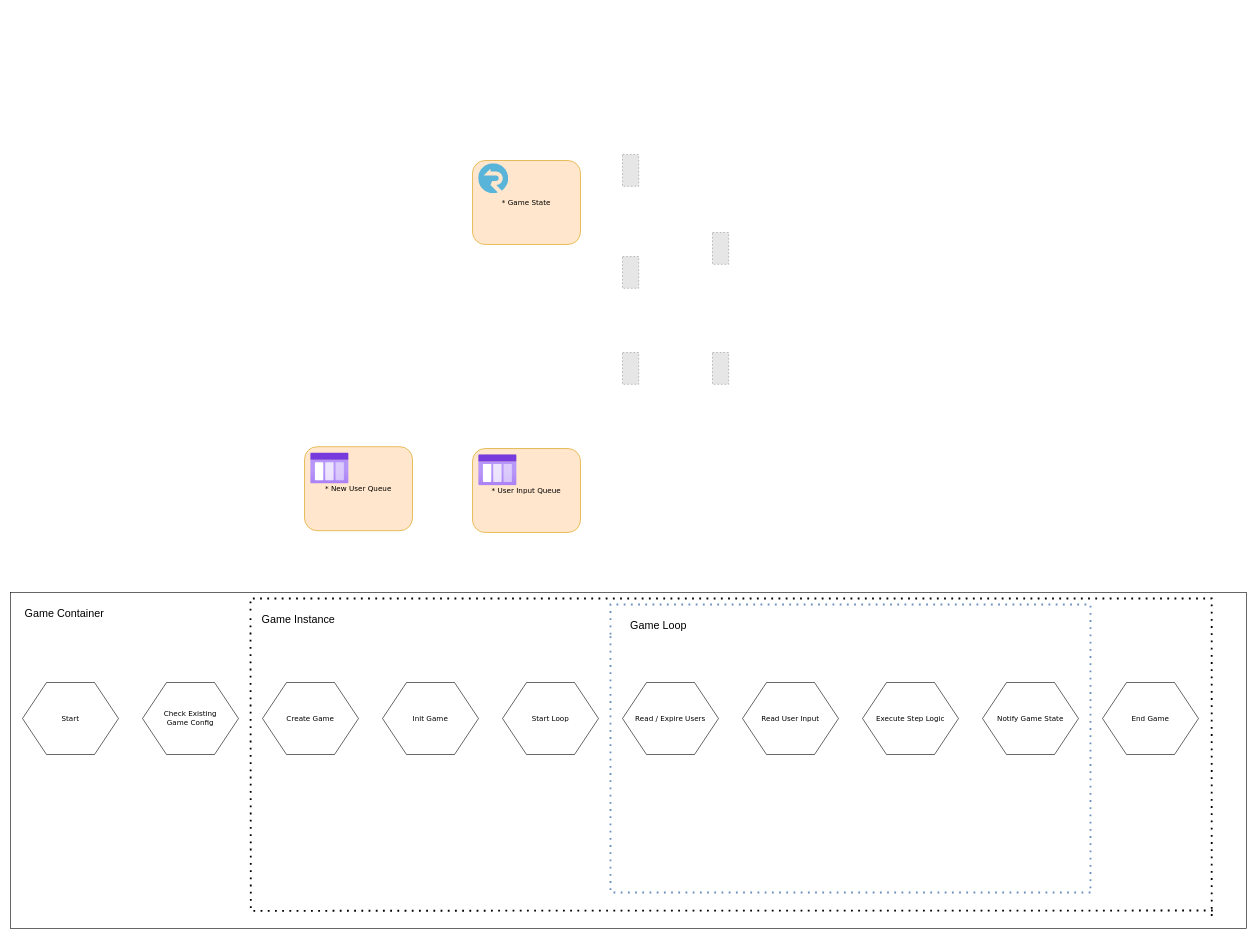
Before: Loops Runner Flow.drawio in urbanantics/loops-runner, a draw.io diagram. Source tidied: cells renumbered, new cells numbered last; positions are measured from the earlier drawing's top-left corner, leaving out a move shared by most shapes. Both pictures are drawn from the tidied source at 60%, with x=0, y=0 at pixel (10, 154). Pictures stored in the file or linked from it are replaced by grey dashed boxes.
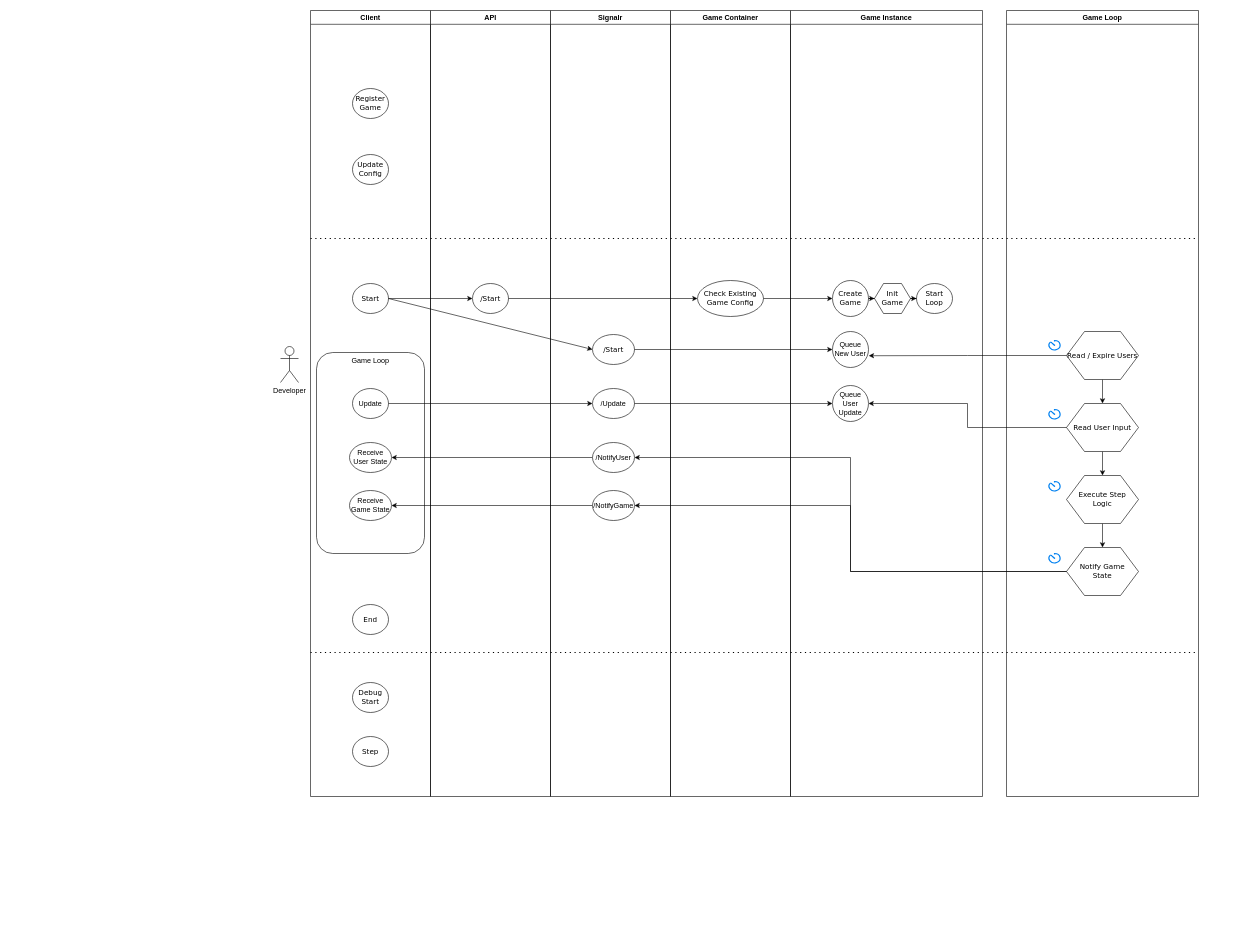
After the change.

Diff of the diagram source:
```diff
@@
-    <mxCell id="2" style="rounded=0;whiteSpace=wrap;html=1;" parent="1" vertex="1">
-      <mxGeometry y="730" width="2060" height="560" as="geometry" />
-    </mxCell>
+    <mxCell id="31" value="Client" style="swimlane;" parent="1" vertex="1">
+      <mxGeometry x="500" y="-240" width="200" height="1310" as="geometry" />
+    </mxCell>
+    <mxCell id="32" value="Register Game" style="ellipse;whiteSpace=wrap;html=1;shadow=0;fontFamily=Verdana;fontSize=12;fontColor=#000000;align=center;strokeColor=#000000;strokeWidth=1;fillColor=#ffffff;" parent="31" vertex="1">
+      <mxGeometry x="70" y="130" width="60" height="50" as="geometry" />
+    </mxCell>
+    <mxCell id="33" value="Update Config" style="ellipse;whiteSpace=wrap;html=1;shadow=0;fontFamily=Verdana;fontSize=12;fontColor=#000000;align=center;strokeColor=#000000;strokeWidth=1;fillColor=#ffffff;" parent="31" vertex="1">
+      <mxGeometry x="70" y="240" width="60" height="50" as="geometry" />
+    </mxCell>
+    <mxCell id="34" value="Debug Start" style="ellipse;whiteSpace=wrap;html=1;shadow=0;fontFamily=Verdana;fontSize=12;fontColor=#000000;align=center;strokeColor=#000000;strokeWidth=1;fillColor=#ffffff;" parent="31" vertex="1">
+      <mxGeometry x="70" y="1120" width="60" height="50" as="geometry" />
+    </mxCell>
+    <mxCell id="35" value="Step" style="ellipse;whiteSpace=wrap;html=1;shadow=0;fontFamily=Verdana;fontSize=12;fontColor=#000000;align=center;strokeColor=#000000;strokeWidth=1;fillColor=#ffffff;" parent="31" vertex="1">
+      <mxGeometry x="70" y="1210" width="60" height="50" as="geometry" />
+    </mxCell>
+    <mxCell id="36" value="End" style="ellipse;whiteSpace=wrap;html=1;shadow=0;fontFamily=Verdana;fontSize=12;fontColor=#000000;align=center;strokeColor=#000000;strokeWidth=1;fillColor=#ffffff;" parent="31" vertex="1">
+      <mxGeometry x="70" y="990" width="60" height="50" as="geometry" />
+    </mxCell>
+    <mxCell id="37" value="Game Loop" style="rounded=1;whiteSpace=wrap;html=1;verticalAlign=top;" parent="31" vertex="1">
+      <mxGeometry x="10" y="570" width="180" height="335" as="geometry" />
+    </mxCell>
-    <mxCell id="3" value="Start" style="shape=hexagon;perimeter=hexagonPerimeter;whiteSpace=wrap;html=1;rounded=0;shadow=0;labelBackgroundColor=none;strokeWidth=1;fontFamily=Verdana;fontSize=12;align=center;" parent="1" vertex="1">
-      <mxGeometry x="20" y="880" width="160" height="120" as="geometry" />
+    <mxCell id="3" value="Start" style="ellipse;whiteSpace=wrap;html=1;shadow=0;fontFamily=Verdana;fontSize=12;fontColor=#000000;align=center;strokeColor=#000000;strokeWidth=1;fillColor=#ffffff;" parent="1" vertex="1">
+      <mxGeometry x="570" y="215" width="60" height="50" as="geometry" />
     </mxCell>
-    <mxCell id="4" value="Check Existing &lt;br&gt;Game Config" style="shape=hexagon;perimeter=hexagonPerimeter;whiteSpace=wrap;html=1;rounded=0;shadow=0;labelBackgroundColor=none;strokeWidth=1;fontFamily=Verdana;fontSize=12;align=center;" parent="1" vertex="1">
-      <mxGeometry x="220" y="880" width="160" height="120" as="geometry" />
+    <mxCell id="4" value="Check Existing &lt;br&gt;Game Config" style="ellipse;whiteSpace=wrap;html=1;shadow=0;fontFamily=Verdana;fontSize=12;fontColor=#000000;align=center;strokeColor=#000000;strokeWidth=1;fillColor=#ffffff;" parent="1" vertex="1">
+      <mxGeometry x="1145" y="210" width="110" height="60" as="geometry" />
     </mxCell>
+    <mxCell id="38" style="edgeStyle=orthogonalEdgeStyle;rounded=0;jettySize=auto;html=1;" parent="1" edge="1" source="5" target="6">
+      <mxGeometry relative="1" as="geometry" />
+    </mxCell>
-    <mxCell id="5" value="Create Game" style="shape=hexagon;perimeter=hexagonPerimeter;whiteSpace=wrap;html=1;rounded=0;shadow=0;labelBackgroundColor=none;strokeWidth=1;fontFamily=Verdana;fontSize=12;align=center;" parent="1" vertex="1">
-      <mxGeometry x="420" y="880" width="160" height="120" as="geometry" />
+    <mxCell id="5" value="Create Game" style="ellipse;whiteSpace=wrap;html=1;shadow=0;fontFamily=Verdana;fontSize=12;fontColor=#000000;align=center;strokeColor=#000000;strokeWidth=1;fillColor=#ffffff;" parent="1" vertex="1">
+      <mxGeometry x="1370" y="210" width="60" height="60" as="geometry" />
     </mxCell>
+    <mxCell id="39" style="edgeStyle=orthogonalEdgeStyle;rounded=0;jettySize=auto;html=1;" parent="1" edge="1" source="6" target="7">
+      <mxGeometry relative="1" as="geometry" />
+    </mxCell>
     <mxCell id="6" value="Init Game" style="shape=hexagon;perimeter=hexagonPerimeter;whiteSpace=wrap;html=1;rounded=0;shadow=0;labelBackgroundColor=none;strokeWidth=1;fontFamily=Verdana;fontSize=12;align=center;" parent="1" vertex="1">
-      <mxGeometry x="620" y="880" width="160" height="120" as="geometry" />
+      <mxGeometry x="1440" y="215" width="60" height="50" as="geometry" />
     </mxCell>
-    <mxCell id="7" value="Start Loop" style="shape=hexagon;perimeter=hexagonPerimeter;whiteSpace=wrap;html=1;rounded=0;shadow=0;labelBackgroundColor=none;strokeWidth=1;fontFamily=Verdana;fontSize=12;align=center;" parent="1" vertex="1">
-      <mxGeometry x="820" y="880" width="160" height="120" as="geometry" />
+    <mxCell id="7" value="Start Loop" style="ellipse;whiteSpace=wrap;html=1;shadow=0;fontFamily=Verdana;fontSize=12;fontColor=#000000;align=center;strokeColor=#000000;strokeWidth=1;fillColor=#ffffff;" parent="1" vertex="1">
+      <mxGeometry x="1510" y="215" width="60" height="50" as="geometry" />
     </mxCell>
-    <mxCell id="8" value="Read User Input" style="shape=hexagon;perimeter=hexagonPerimeter;whiteSpace=wrap;html=1;rounded=0;shadow=0;labelBackgroundColor=none;strokeWidth=1;fontFamily=Verdana;fontSize=12;align=center;" parent="1" vertex="1">
-      <mxGeometry x="1220" y="880" width="160" height="120" as="geometry" />
-    </mxCell>
-    <mxCell id="9" value="* User Input Queue" style="rounded=1;whiteSpace=wrap;html=1;shadow=0;labelBackgroundColor=none;strokeWidth=1;fontFamily=Verdana;fontSize=12;align=center;fillColor=#ffe6cc;strokeColor=#d79b00;" parent="1" vertex="1">
-      <mxGeometry x="770" y="490" width="180" height="140" as="geometry" />
-    </mxCell>
-    <mxCell id="10" style="html=1;align=center;image;fontSize=12;image=img/lib/azure2/general/Storage_Queue.svg;" parent="1" vertex="1">
-      <mxGeometry x="780" y="500" width="64" height="52" as="geometry" />
-    </mxCell>
-    <mxCell id="11" value="Execute Step Logic" style="shape=hexagon;perimeter=hexagonPerimeter;whiteSpace=wrap;html=1;rounded=0;shadow=0;labelBackgroundColor=none;strokeWidth=1;fontFamily=Verdana;fontSize=12;align=center;" parent="1" vertex="1">
-      <mxGeometry x="1420" y="880" width="160" height="120" as="geometry" />
-    </mxCell>
-    <mxCell id="12" value="Read / Expire Users" style="shape=hexagon;perimeter=hexagonPerimeter;whiteSpace=wrap;html=1;rounded=0;shadow=0;labelBackgroundColor=none;strokeWidth=1;fontFamily=Verdana;fontSize=12;align=center;" parent="1" vertex="1">
-      <mxGeometry x="1020" y="880" width="160" height="120" as="geometry" />
-    </mxCell>
-    <mxCell id="13" value="* New User Queue" style="rounded=1;whiteSpace=wrap;html=1;shadow=0;labelBackgroundColor=none;strokeWidth=1;fontFamily=Verdana;fontSize=12;align=center;fillColor=#ffe6cc;strokeColor=#d79b00;" parent="1" vertex="1">
-      <mxGeometry x="490" y="487" width="180" height="140" as="geometry" />
-    </mxCell>
-    <mxCell id="14" style="html=1;align=center;image;fontSize=12;image=img/lib/azure2/general/Storage_Queue.svg;" parent="1" vertex="1">
-      <mxGeometry x="500" y="497" width="64" height="52" as="geometry" />
-    </mxCell>
-    <mxCell id="15" value="Notify Game State" style="shape=hexagon;perimeter=hexagonPerimeter;whiteSpace=wrap;html=1;rounded=0;shadow=0;labelBackgroundColor=none;strokeWidth=1;fontFamily=Verdana;fontSize=12;align=center;" parent="1" vertex="1">
-      <mxGeometry x="1620" y="880" width="160" height="120" as="geometry" />
-    </mxCell>
-    <mxCell id="16" value="* Game State" style="rounded=1;whiteSpace=wrap;html=1;shadow=0;labelBackgroundColor=none;strokeWidth=1;fontFamily=Verdana;fontSize=12;align=center;fillColor=#ffe6cc;strokeColor=#d79b00;" parent="1" vertex="1">
-      <mxGeometry x="770" y="10" width="180" height="140" as="geometry" />
-    </mxCell>
-    <mxCell id="17" style="html=1;align=center;image;fontSize=12;image=img/lib/mscae/SignalR.svg;" parent="1" vertex="1">
-      <mxGeometry x="780" y="15" width="50" height="50" as="geometry" />
-    </mxCell>
-    <mxCell id="18" style="fillColor=#E6E6E6;strokeColor=#999999;dashed=1;verticalLabelPosition=bottom;labelBackgroundColor=#ffffff;verticalAlign=top;" parent="1" vertex="1">
-      <mxGeometry x="1170" y="330" width="27" height="53" as="geometry" />
-    </mxCell>
-    <mxCell id="19" style="fillColor=#E6E6E6;strokeColor=#999999;dashed=1;verticalLabelPosition=bottom;labelBackgroundColor=#ffffff;verticalAlign=top;" parent="1" vertex="1">
-      <mxGeometry x="1170" y="130" width="27" height="53" as="geometry" />
-    </mxCell>
-    <mxCell id="20" style="fillColor=#E6E6E6;strokeColor=#999999;dashed=1;verticalLabelPosition=bottom;labelBackgroundColor=#ffffff;verticalAlign=top;" parent="1" vertex="1">
-      <mxGeometry x="1020" y="330" width="27" height="53" as="geometry" />
-    </mxCell>
-    <mxCell id="21" style="fillColor=#E6E6E6;strokeColor=#999999;dashed=1;verticalLabelPosition=bottom;labelBackgroundColor=#ffffff;verticalAlign=top;" parent="1" vertex="1">
-      <mxGeometry x="1020" y="170" width="27" height="53" as="geometry" />
-    </mxCell>
-    <mxCell id="22" style="fillColor=#E6E6E6;strokeColor=#999999;dashed=1;verticalLabelPosition=bottom;labelBackgroundColor=#ffffff;verticalAlign=top;" parent="1" vertex="1">
-      <mxGeometry x="1020" width="27" height="53" as="geometry" />
-    </mxCell>
-    <mxCell id="23" value="End Game" style="shape=hexagon;perimeter=hexagonPerimeter;whiteSpace=wrap;html=1;rounded=0;shadow=0;labelBackgroundColor=none;strokeWidth=1;fontFamily=Verdana;fontSize=12;align=center;" parent="1" vertex="1">
-      <mxGeometry x="1820" y="880" width="160" height="120" as="geometry" />
-    </mxCell>
-    <mxCell id="24" style="endArrow=none;dashed=1;html=1;dashPattern=1 3;strokeWidth=3;rounded=0;edgeStyle=orthogonalEdgeStyle;fillColor=#dae8fc;strokeColor=#6c8ebf;" parent="1" edge="1">
-      <mxGeometry relative="1" as="geometry">
-        <mxPoint x="1000" y="800" as="sourcePoint" />
-        <mxPoint x="1800" y="1230" as="targetPoint" />
-        <Array as="points">
-          <mxPoint x="1000" y="750" />
-          <mxPoint x="1800" y="750" />
-        </Array>
-      </mxGeometry>
-    </mxCell>
-    <mxCell id="25" style="endArrow=none;dashed=1;html=1;dashPattern=1 3;strokeWidth=3;rounded=0;edgeStyle=orthogonalEdgeStyle;fillColor=#dae8fc;strokeColor=#6c8ebf;" parent="1" edge="1">
-      <mxGeometry relative="1" as="geometry">
-        <mxPoint x="1800" y="1230" as="sourcePoint" />
-        <mxPoint x="1000" y="800" as="targetPoint" />
-        <Array as="points">
-          <mxPoint x="1000" y="1230" />
-          <mxPoint x="1000" y="800" />
-        </Array>
-      </mxGeometry>
-    </mxCell>
-    <mxCell id="26" style="endArrow=none;dashed=1;html=1;dashPattern=1 3;strokeWidth=3;rounded=0;edgeStyle=orthogonalEdgeStyle;" parent="1" edge="1">
-      <mxGeometry relative="1" as="geometry">
-        <mxPoint x="400" y="760" as="sourcePoint" />
-        <mxPoint x="2002" y="1270" as="targetPoint" />
-        <Array as="points">
-          <mxPoint x="400" y="740" />
-          <mxPoint x="2002" y="740" />
-        </Array>
-      </mxGeometry>
-    </mxCell>
-    <mxCell id="27" style="endArrow=none;dashed=1;html=1;dashPattern=1 3;strokeWidth=3;rounded=0;edgeStyle=orthogonalEdgeStyle;" parent="1" edge="1">
-      <mxGeometry relative="1" as="geometry">
-        <mxPoint x="2003.8" y="1260" as="sourcePoint" />
-        <mxPoint x="400" y="770" as="targetPoint" />
-      </mxGeometry>
-    </mxCell>
+    <mxCell id="40" value="Developer" style="shape=umlActor;verticalLabelPosition=bottom;verticalAlign=top;html=1;" parent="1" vertex="1">
+      <mxGeometry x="450" y="320" width="30" height="60" as="geometry" />
+    </mxCell>
+    <mxCell id="41" value="/Start" style="ellipse;whiteSpace=wrap;html=1;shadow=0;fontFamily=Verdana;fontSize=12;fontColor=#000000;align=center;strokeColor=#000000;strokeWidth=1;fillColor=#ffffff;" parent="1" vertex="1">
+      <mxGeometry x="770" y="215" width="60" height="50" as="geometry" />
+    </mxCell>
+    <mxCell id="42" value="/Update" style="ellipse;whiteSpace=wrap;html=1;" parent="1" vertex="1">
+      <mxGeometry x="970" y="390" width="70" height="50" as="geometry" />
+    </mxCell>
+    <mxCell id="43" value="/Start" style="ellipse;whiteSpace=wrap;html=1;shadow=0;fontFamily=Verdana;fontSize=12;fontColor=#000000;align=center;strokeColor=#000000;strokeWidth=1;fillColor=#ffffff;" parent="1" vertex="1">
+      <mxGeometry x="970" y="300" width="70" height="50" as="geometry" />
+    </mxCell>
+    <mxCell id="44" style="endArrow=classic;html=1;exitX=1;exitY=0.5;exitDx=0;exitDy=0;entryX=0;entryY=0.5;entryDx=0;entryDy=0;" parent="1" edge="1" source="3" target="41">
+      <mxGeometry relative="1" as="geometry" />
+    </mxCell>
+    <mxCell id="45" style="endArrow=classic;html=1;exitX=1;exitY=0.5;exitDx=0;exitDy=0;entryX=0;entryY=0.5;entryDx=0;entryDy=0;" parent="1" edge="1" source="3" target="43">
+      <mxGeometry relative="1" as="geometry" />
+    </mxCell>
+    <mxCell id="46" value="Queue New User" style="ellipse;whiteSpace=wrap;html=1;" parent="1" vertex="1">
+      <mxGeometry x="1370" y="295" width="60" height="60" as="geometry" />
+    </mxCell>
+    <mxCell id="47" style="endArrow=classic;html=1;exitX=1;exitY=0.5;exitDx=0;exitDy=0;entryX=0;entryY=0.5;entryDx=0;entryDy=0;" parent="1" edge="1" source="41" target="4">
+      <mxGeometry relative="1" as="geometry" />
+    </mxCell>
+    <mxCell id="48" style="endArrow=classic;html=1;exitX=1;exitY=0.5;exitDx=0;exitDy=0;entryX=0;entryY=0.5;entryDx=0;entryDy=0;" parent="1" edge="1" source="4" target="5">
+      <mxGeometry relative="1" as="geometry" />
+    </mxCell>
+    <mxCell id="49" style="endArrow=classic;html=1;exitX=1;exitY=0.5;exitDx=0;exitDy=0;entryX=0;entryY=0.5;entryDx=0;entryDy=0;" parent="1" edge="1" source="43" target="46">
+      <mxGeometry relative="1" as="geometry" />
+    </mxCell>
+    <mxCell id="50" value="Update" style="ellipse;whiteSpace=wrap;html=1;" parent="1" vertex="1">
+      <mxGeometry x="570" y="390" width="60" height="50" as="geometry" />
+    </mxCell>
+    <mxCell id="51" style="endArrow=classic;html=1;exitX=1;exitY=0.5;exitDx=0;exitDy=0;entryX=0;entryY=0.5;entryDx=0;entryDy=0;" parent="1" edge="1" source="50" target="42">
+      <mxGeometry relative="1" as="geometry" />
+    </mxCell>
+    <mxCell id="52" value="Queue User Update" style="ellipse;whiteSpace=wrap;html=1;" parent="1" vertex="1">
+      <mxGeometry x="1370" y="385" width="60" height="60" as="geometry" />
+    </mxCell>
+    <mxCell id="53" style="endArrow=classic;html=1;exitX=1;exitY=0.5;exitDx=0;exitDy=0;entryX=0;entryY=0.5;entryDx=0;entryDy=0;" parent="1" edge="1" source="42" target="52">
+      <mxGeometry relative="1" as="geometry" />
+    </mxCell>
+    <mxCell id="54" style="edgeStyle=orthogonalEdgeStyle;rounded=0;jettySize=auto;html=1;" parent="1" edge="1" source="55" target="74">
+      <mxGeometry relative="1" as="geometry" />
+    </mxCell>
+    <mxCell id="55" value="/NotifyUser" style="ellipse;whiteSpace=wrap;html=1;" parent="1" vertex="1">
+      <mxGeometry x="970" y="480" width="70" height="50" as="geometry" />
+    </mxCell>
+    <mxCell id="56" style="edgeStyle=orthogonalEdgeStyle;rounded=0;jettySize=auto;html=1;" parent="1" edge="1" source="57" target="75">
+      <mxGeometry relative="1" as="geometry" />
+    </mxCell>
+    <mxCell id="57" value="/NotifyGame" style="ellipse;whiteSpace=wrap;html=1;" parent="1" vertex="1">
+      <mxGeometry x="970" y="560" width="70" height="50" as="geometry" />
+    </mxCell>
+    <mxCell id="58" value="API" style="swimlane;" parent="1" vertex="1">
+      <mxGeometry x="700" y="-240" width="200" height="1310" as="geometry" />
+    </mxCell>
+    <mxCell id="59" style="endArrow=none;dashed=1;html=1;dashPattern=1 3;strokeWidth=2;" parent="58" edge="1">
+      <mxGeometry relative="1" as="geometry">
+        <mxPoint x="-200" y="380" as="sourcePoint" />
+        <mxPoint x="1280" y="380" as="targetPoint" />
+      </mxGeometry>
+    </mxCell>
+    <mxCell id="60" value="Signalr" style="swimlane;" parent="1" vertex="1">
+      <mxGeometry x="900" y="-240" width="200" height="1310" as="geometry" />
+    </mxCell>
+    <mxCell id="61" style="endArrow=none;dashed=1;html=1;dashPattern=1 3;strokeWidth=2;" parent="60" edge="1">
+      <mxGeometry relative="1" as="geometry">
+        <mxPoint x="-400" y="1070" as="sourcePoint" />
+        <mxPoint x="1080" y="1070" as="targetPoint" />
+      </mxGeometry>
+    </mxCell>
-    <mxCell id="28" value="&lt;font style=&quot;font-size: 18px&quot;&gt;Game Container&lt;/font&gt;" style="text;html=1;strokeColor=none;fillColor=none;align=center;verticalAlign=middle;whiteSpace=wrap;rounded=0;" parent="1" vertex="1">
-      <mxGeometry x="20" y="740" width="140" height="50" as="geometry" />
+    <mxCell id="28" value="Game Container" style="swimlane;" parent="1" vertex="1">
+      <mxGeometry x="1100" y="-240" width="200" height="1310" as="geometry" />
     </mxCell>
-    <mxCell id="29" value="&lt;font style=&quot;font-size: 18px&quot;&gt;Game Instance&lt;/font&gt;" style="text;html=1;strokeColor=none;fillColor=none;align=center;verticalAlign=middle;whiteSpace=wrap;rounded=0;" parent="1" vertex="1">
-      <mxGeometry x="410" y="750" width="140" height="50" as="geometry" />
+    <mxCell id="29" value="Game Instance" style="swimlane;" parent="1" vertex="1">
+      <mxGeometry x="1300" y="-240" width="320" height="1310" as="geometry" />
     </mxCell>
-    <mxCell id="30" value="&lt;font style=&quot;font-size: 18px&quot;&gt;Game Loop&lt;/font&gt;" style="text;html=1;strokeColor=none;fillColor=none;align=center;verticalAlign=middle;whiteSpace=wrap;rounded=0;" parent="1" vertex="1">
-      <mxGeometry x="1010" y="760" width="140" height="50" as="geometry" />
-    </mxCell>
+    <mxCell id="62" value="Game Loop" style="swimlane;" parent="1" vertex="1">
+      <mxGeometry x="1660" y="-240" width="320" height="1310" as="geometry" />
+    </mxCell>
+    <mxCell id="63" style="edgeStyle=orthogonalEdgeStyle;rounded=0;jettySize=auto;html=1;" parent="62" edge="1" source="8" target="11">
+      <mxGeometry relative="1" as="geometry" />
+    </mxCell>
+    <mxCell id="8" value="Read User Input" style="shape=hexagon;perimeter=hexagonPerimeter;whiteSpace=wrap;html=1;rounded=0;shadow=0;labelBackgroundColor=none;strokeWidth=1;fontFamily=Verdana;fontSize=12;align=center;" parent="62" vertex="1">
+      <mxGeometry x="100" y="655" width="120" height="80" as="geometry" />
+    </mxCell>
+    <mxCell id="64" style="edgeStyle=orthogonalEdgeStyle;rounded=0;jettySize=auto;html=1;" parent="62" edge="1" source="11" target="15">
+      <mxGeometry relative="1" as="geometry" />
+    </mxCell>
+    <mxCell id="11" value="Execute Step &lt;br&gt;Logic" style="shape=hexagon;perimeter=hexagonPerimeter;whiteSpace=wrap;html=1;rounded=0;shadow=0;labelBackgroundColor=none;strokeWidth=1;fontFamily=Verdana;fontSize=12;align=center;" parent="62" vertex="1">
+      <mxGeometry x="100" y="775" width="120" height="80" as="geometry" />
+    </mxCell>
+    <mxCell id="65" style="edgeStyle=orthogonalEdgeStyle;rounded=0;jettySize=auto;html=1;" parent="62" edge="1" source="12" target="8">
+      <mxGeometry relative="1" as="geometry" />
+    </mxCell>
+    <mxCell id="12" value="Read / Expire Users" style="shape=hexagon;perimeter=hexagonPerimeter;whiteSpace=wrap;html=1;rounded=0;shadow=0;labelBackgroundColor=none;strokeWidth=1;fontFamily=Verdana;fontSize=12;align=center;" parent="62" vertex="1">
+      <mxGeometry x="100" y="535" width="120" height="80" as="geometry" />
+    </mxCell>
+    <mxCell id="15" value="Notify Game &lt;br&gt;State" style="shape=hexagon;perimeter=hexagonPerimeter;whiteSpace=wrap;html=1;rounded=0;shadow=0;labelBackgroundColor=none;strokeWidth=1;fontFamily=Verdana;fontSize=12;align=center;" parent="62" vertex="1">
+      <mxGeometry x="100" y="895" width="120" height="80" as="geometry" />
+    </mxCell>
+    <mxCell id="66" style="html=1;verticalLabelPosition=bottom;align=center;labelBackgroundColor=#ffffff;verticalAlign=top;strokeWidth=2;strokeColor=#0080F0;shadow=0;dashed=0;shape=mxgraph.ios7.icons.gauge;" parent="62" vertex="1">
+      <mxGeometry x="70" y="550" width="20" height="16.5" as="geometry" />
+    </mxCell>
+    <mxCell id="67" style="html=1;verticalLabelPosition=bottom;align=center;labelBackgroundColor=#ffffff;verticalAlign=top;strokeWidth=2;strokeColor=#0080F0;shadow=0;dashed=0;shape=mxgraph.ios7.icons.gauge;" parent="62" vertex="1">
+      <mxGeometry x="70" y="905" width="20" height="16.5" as="geometry" />
+    </mxCell>
+    <mxCell id="68" style="html=1;verticalLabelPosition=bottom;align=center;labelBackgroundColor=#ffffff;verticalAlign=top;strokeWidth=2;strokeColor=#0080F0;shadow=0;dashed=0;shape=mxgraph.ios7.icons.gauge;" parent="62" vertex="1">
+      <mxGeometry x="70" y="665" width="20" height="16.5" as="geometry" />
+    </mxCell>
+    <mxCell id="69" style="html=1;verticalLabelPosition=bottom;align=center;labelBackgroundColor=#ffffff;verticalAlign=top;strokeWidth=2;strokeColor=#0080F0;shadow=0;dashed=0;shape=mxgraph.ios7.icons.gauge;" parent="62" vertex="1">
+      <mxGeometry x="70" y="785" width="20" height="16.5" as="geometry" />
+    </mxCell>
+    <mxCell id="70" style="edgeStyle=orthogonalEdgeStyle;rounded=0;jettySize=auto;html=1;" parent="1" edge="1" source="15" target="57">
+      <mxGeometry relative="1" as="geometry">
+        <Array as="points">
+          <mxPoint x="1400" y="695" />
+          <mxPoint x="1400" y="585" />
+        </Array>
+      </mxGeometry>
+    </mxCell>
+    <mxCell id="71" style="edgeStyle=orthogonalEdgeStyle;rounded=0;jettySize=auto;html=1;entryX=1;entryY=0.5;entryDx=0;entryDy=0;" parent="1" edge="1" source="15" target="55">
+      <mxGeometry relative="1" as="geometry" />
+    </mxCell>
+    <mxCell id="72" style="edgeStyle=orthogonalEdgeStyle;rounded=0;jettySize=auto;html=1;entryX=1.007;entryY=0.673;entryDx=0;entryDy=0;entryPerimeter=0;" parent="1" edge="1" source="12" target="46">
+      <mxGeometry relative="1" as="geometry" />
+    </mxCell>
+    <mxCell id="73" style="edgeStyle=orthogonalEdgeStyle;rounded=0;jettySize=auto;html=1;entryX=1;entryY=0.5;entryDx=0;entryDy=0;" parent="1" edge="1" source="8" target="52">
+      <mxGeometry relative="1" as="geometry" />
+    </mxCell>
+    <mxCell id="74" value="Receive&lt;br&gt;User State" style="ellipse;whiteSpace=wrap;html=1;" parent="1" vertex="1">
+      <mxGeometry x="565" y="480" width="70" height="50" as="geometry" />
+    </mxCell>
+    <mxCell id="75" value="Receive Game State" style="ellipse;whiteSpace=wrap;html=1;" parent="1" vertex="1">
+      <mxGeometry x="565" y="560" width="70" height="50" as="geometry" />
+    </mxCell>
```
